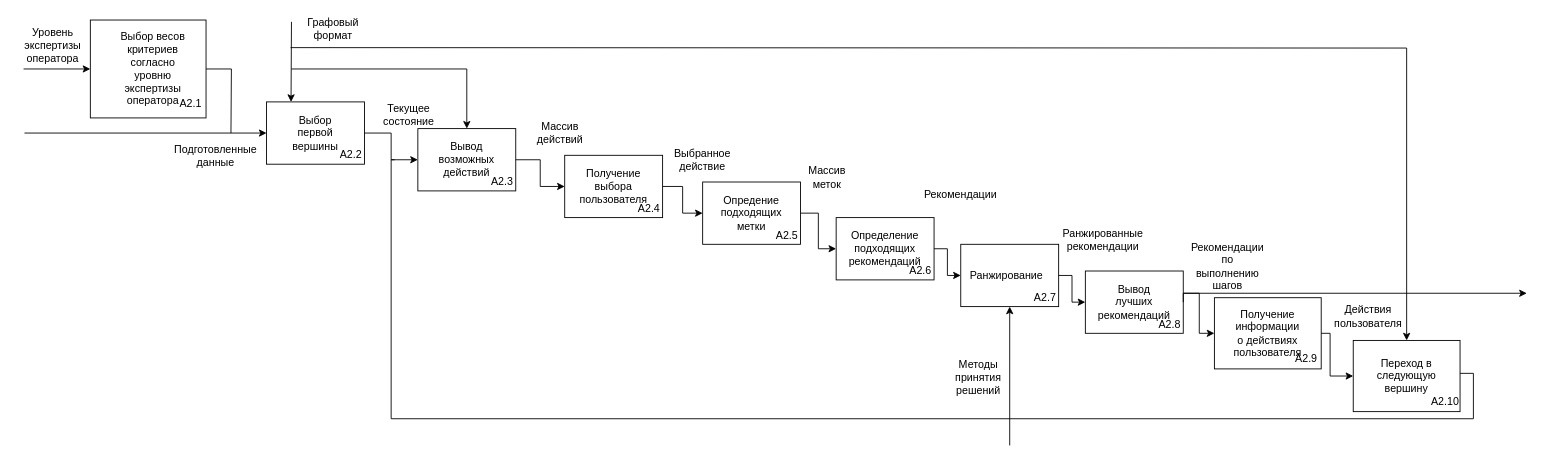
This is report/inc/img/idef2_x.drawio from Jarozin/diplom, a draw.io file, before an edit. Source tidied: cells renumbered, new cells numbered last; positions are measured from the earlier drawing's top-left corner, leaving out a move shared by most shapes. Both pictures are drawn from the tidied source at 89%, with x=0, y=0 at pixel (23, 15).
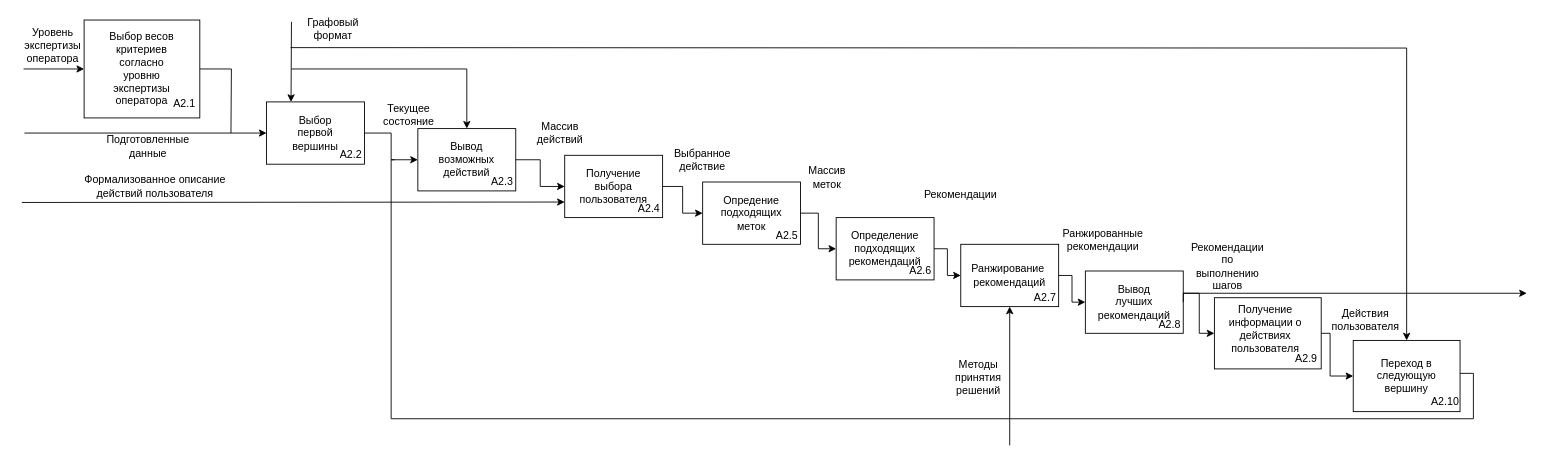
The same page after the edit.

The change refers to these unchanged cells:
```xml
<mxCell id="19" style="rounded=0;whiteSpace=wrap;html=1;" parent="18" vertex="1">
  <mxGeometry width="110" height="70" as="geometry" />
</mxCell>
<mxCell id="22" style="group;" parent="1" vertex="1">
  <mxGeometry x="763" y="187" width="110" height="70" as="geometry" />
</mxCell>
<mxCell id="35" style="group;" parent="1" vertex="1">
  <mxGeometry x="1053" y="257" width="110" height="70" as="geometry" />
</mxCell>
<mxCell id="43" style="group;" parent="1" vertex="1">
  <mxGeometry x="1338" y="317" width="120" height="80" as="geometry" />
</mxCell>
```

Change to the diagram source:
```diff
@@
     <mxCell id="15" value="&lt;span style=&quot;background-color: transparent; color: light-dark(rgb(0, 0, 0), rgb(255, 255, 255));&quot;&gt;Подготовленные данные&lt;/span&gt;" style="text;html=1;align=center;verticalAlign=middle;whiteSpace=wrap;rounded=0;" parent="1" vertex="1">
-      <mxGeometry x="186" y="143" width="60" height="30" as="geometry" />
+      <mxGeometry x="110" y="132" width="60" height="30" as="geometry" />
     </mxCell>
@@
-    <mxCell id="24" value="Опредение подходящих метки" style="text;html=1;align=center;verticalAlign=middle;whiteSpace=wrap;rounded=0;" parent="22" vertex="1">
+    <mxCell id="24" value="Опредение подходящих меток" style="text;html=1;align=center;verticalAlign=middle;whiteSpace=wrap;rounded=0;" parent="22" vertex="1">
       <mxGeometry x="25" y="20" width="60" height="30" as="geometry" />
     </mxCell>
@@
-    <mxCell id="37" value="Ранжирование&amp;nbsp;&amp;nbsp;" style="text;html=1;align=center;verticalAlign=middle;whiteSpace=wrap;rounded=0;" parent="35" vertex="1">
+    <mxCell id="37" value="Ранжирование&amp;nbsp;&lt;div&gt;рекомендаций&lt;/div&gt;" style="text;html=1;align=center;verticalAlign=middle;whiteSpace=wrap;rounded=0;" parent="35" vertex="1">
       <mxGeometry x="25" y="20" width="60" height="30" as="geometry" />
     </mxCell>
@@
     <mxCell id="45" value="Получение информации о действиях пользователя" style="text;html=1;align=center;verticalAlign=middle;whiteSpace=wrap;rounded=0;" parent="43" vertex="1">
-      <mxGeometry x="27.3" y="22.9" width="65.5" height="34.3" as="geometry" />
+      <mxGeometry x="10" width="95" height="70" as="geometry" />
     </mxCell>
@@
     <mxCell id="59" style="group;" parent="1" vertex="1">
-      <mxGeometry x="75" y="5" width="130" height="110" as="geometry" />
+      <mxGeometry x="68" y="5" width="130" height="110" as="geometry" />
     </mxCell>
@@
     <mxCell id="61" value="Выбор весов критериев согласно уровню экспертизы оператора" style="text;html=1;align=center;verticalAlign=middle;whiteSpace=wrap;rounded=0;" parent="59" vertex="1">
-      <mxGeometry x="29.6" y="31.4" width="80.5" height="47.1" as="geometry" />
+      <mxGeometry x="25" y="31.4" width="80" height="47.1" as="geometry" />
     </mxCell>
@@
     <mxCell id="66" value="Действия пользователя" style="text;html=1;align=center;verticalAlign=middle;whiteSpace=wrap;rounded=0;" parent="1" vertex="1">
-      <mxGeometry x="1481" y="323" width="60" height="30" as="geometry" />
+      <mxGeometry x="1478" y="327" width="60" height="30" as="geometry" />
     </mxCell>
@@
+    <mxCell id="71" style="endArrow=classic;html=1;rounded=0;entryX=0;entryY=0.75;entryDx=0;entryDy=0;" parent="1" edge="1" target="19">
+      <mxGeometry relative="1" as="geometry">
+        <mxPoint x="-2" y="210" as="sourcePoint" />
+      </mxGeometry>
+    </mxCell>
+    <mxCell id="72" value="&lt;span style=&quot;background-color: transparent; color: light-dark(rgb(0, 0, 0), rgb(255, 255, 255));&quot;&gt;Формализованное описание действий пользователя&lt;/span&gt;" style="text;html=1;align=center;verticalAlign=middle;whiteSpace=wrap;rounded=0;" parent="1" vertex="1">
+      <mxGeometry x="58" y="177" width="180" height="30" as="geometry" />
+    </mxCell>
```
